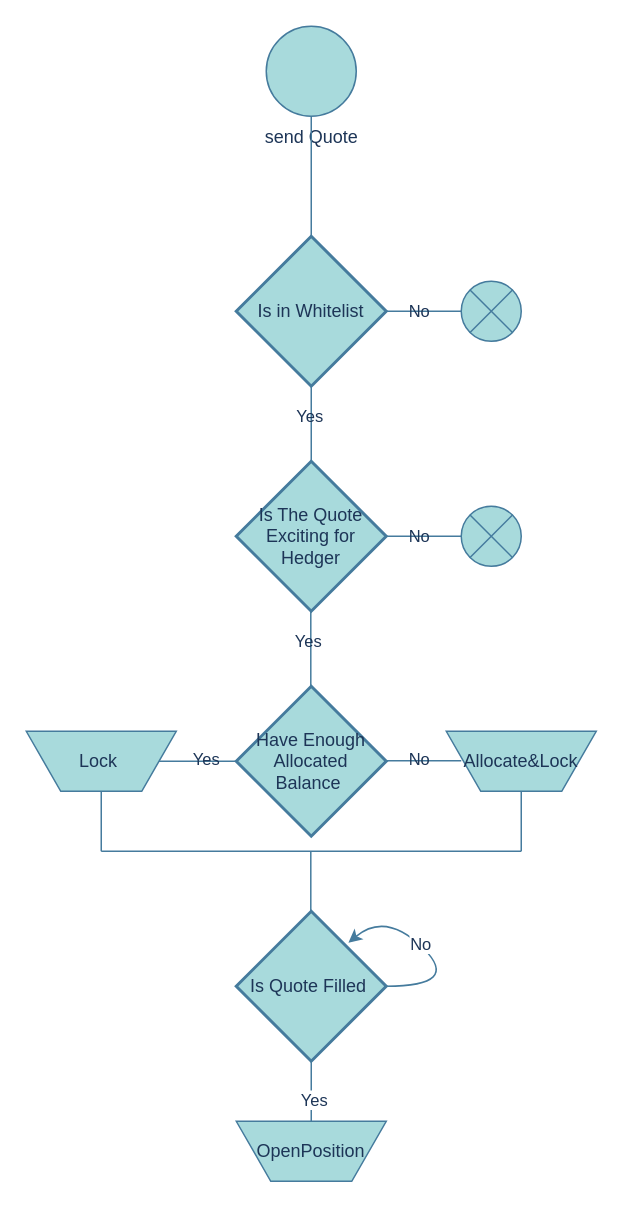
SYMM-IO/docs keeps this draw.io diagram as hedger_docs/drawio/SendQuote.drawio. Above is the earlier version. Source tidied: cells renumbered, new cells numbered last; positions are measured from the earlier drawing's top-left corner, leaving out a move shared by most shapes. Both pictures are drawn from the tidied source at 150%, with x=0, y=0 at pixel (26, 26).
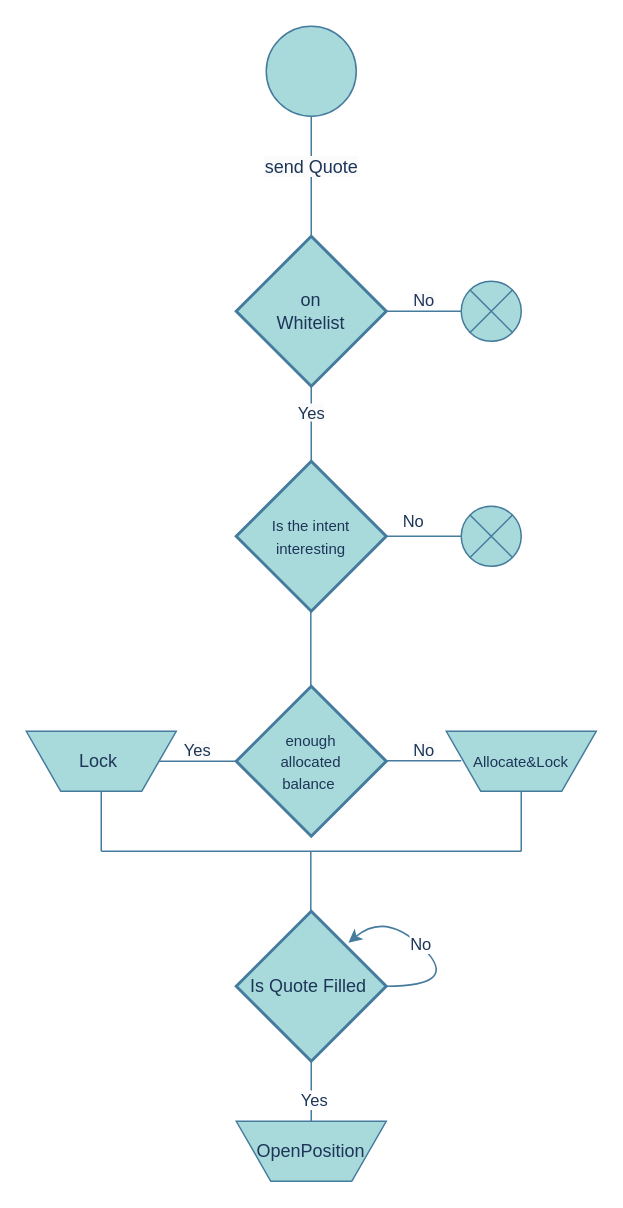
Above is the later version.

Unchanged cells that the change refers to:
```xml
<mxCell id="4" style="verticalLabelPosition=bottom;verticalAlign=top;html=1;shape=mxgraph.flowchart.or;labelBackgroundColor=none;fillColor=#A8DADC;strokeColor=#457B9D;fontColor=#1D3557;" parent="1" vertex="1">
  <mxGeometry x="290" y="170" width="40" height="40" as="geometry" />
</mxCell>
<mxCell id="12" style="endArrow=none;html=1;rounded=0;entryX=0;entryY=0.5;entryDx=0;entryDy=0;entryPerimeter=0;labelBackgroundColor=none;strokeColor=#457B9D;fontColor=default;" parent="1" edge="1" target="11">
  <mxGeometry relative="1" as="geometry">
    <mxPoint x="240" y="340" as="sourcePoint" />
  </mxGeometry>
</mxCell>
<mxCell id="14" style="endArrow=none;html=1;rounded=0;entryX=0.5;entryY=1;entryDx=0;entryDy=0;entryPerimeter=0;labelBackgroundColor=none;strokeColor=#457B9D;fontColor=default;" parent="1" edge="1">
  <mxGeometry relative="1" as="geometry">
    <mxPoint x="189.7" y="440" as="sourcePoint" />
    <mxPoint x="189.7" y="390" as="targetPoint" />
  </mxGeometry>
</mxCell>
<mxCell id="19" value="Lock&amp;nbsp;" style="verticalLabelPosition=middle;verticalAlign=middle;html=1;shape=trapezoid;perimeter=trapezoidPerimeter;whiteSpace=wrap;size=0.23;arcSize=10;flipV=1;labelPosition=center;align=center;strokeColor=#457B9D;fontColor=#1D3557;fillColor=#A8DADC;" parent="1" vertex="1">
  <mxGeometry y="470" width="100" height="40" as="geometry" />
</mxCell>
```

Change to the diagram source:
```diff
@@
-    <mxCell id="2" value="send Quote" style="verticalLabelPosition=bottom;verticalAlign=top;html=1;shape=mxgraph.flowchart.on-page_reference;labelBackgroundColor=none;fillColor=#A8DADC;strokeColor=#457B9D;fontColor=#1D3557;" parent="1" vertex="1">
+    <mxCell id="2" style="verticalLabelPosition=bottom;verticalAlign=top;html=1;shape=mxgraph.flowchart.on-page_reference;labelBackgroundColor=none;fillColor=#A8DADC;strokeColor=#457B9D;fontColor=#1D3557;" parent="1" vertex="1">
       <mxGeometry x="160" width="60" height="60" as="geometry" />
     </mxCell>
-    <mxCell id="3" value="Is in Whitelist" style="strokeWidth=2;html=1;shape=mxgraph.flowchart.decision;whiteSpace=wrap;labelBackgroundColor=none;fillColor=#A8DADC;strokeColor=#457B9D;fontColor=#1D3557;" parent="1" vertex="1">
+    <mxCell id="3" value="on &lt;br&gt;Whitelist" style="strokeWidth=2;html=1;shape=mxgraph.flowchart.decision;whiteSpace=wrap;labelBackgroundColor=none;fillColor=#A8DADC;strokeColor=#457B9D;fontColor=#1D3557;" parent="1" vertex="1">
       <mxGeometry x="140" y="140" width="100" height="100" as="geometry" />
     </mxCell>
@@
-    <mxCell id="5" style="endArrow=none;html=1;rounded=0;exitX=0.5;exitY=0;exitDx=0;exitDy=0;exitPerimeter=0;labelBackgroundColor=none;strokeColor=#457B9D;fontColor=default;" parent="1" edge="1" source="3">
+    <mxCell id="5" value="&#10;&lt;span style=&quot;color: rgb(29, 53, 87); font-family: Helvetica; font-size: 12px; font-style: normal; font-variant-ligatures: normal; font-variant-caps: normal; font-weight: 400; letter-spacing: normal; orphans: 2; text-align: center; text-indent: 0px; text-transform: none; widows: 2; word-spacing: 0px; -webkit-text-stroke-width: 0px; background-color: rgb(251, 251, 251); text-decoration-thickness: initial; text-decoration-style: initial; text-decoration-color: initial; float: none; display: inline !important;&quot;&gt;send Quote&lt;/span&gt;&#10;&#10;" style="endArrow=none;html=1;rounded=0;exitX=0.5;exitY=0;exitDx=0;exitDy=0;exitPerimeter=0;labelBackgroundColor=none;strokeColor=#457B9D;fontColor=default;" parent="1" edge="1" source="3">
       <mxGeometry relative="1" as="geometry">
         <mxPoint x="190" y="60" as="targetPoint" />
       </mxGeometry>
     </mxCell>
-    <mxCell id="6" style="endArrow=none;html=1;rounded=0;entryX=0;entryY=0.5;entryDx=0;entryDy=0;entryPerimeter=0;labelBackgroundColor=none;strokeColor=#457B9D;fontColor=default;" parent="1" edge="1" source="3" target="4">
+    <mxCell id="6" value="&#10;&lt;span style=&quot;color: rgb(29, 53, 87); font-family: Helvetica; font-size: 11px; font-style: normal; font-variant-ligatures: normal; font-variant-caps: normal; font-weight: 400; letter-spacing: normal; orphans: 2; text-align: center; text-indent: 0px; text-transform: none; widows: 2; word-spacing: 0px; -webkit-text-stroke-width: 0px; background-color: rgb(251, 251, 251); text-decoration-thickness: initial; text-decoration-style: initial; text-decoration-color: initial; float: none; display: inline !important;&quot;&gt;No&lt;/span&gt;&#10;&#10;" style="endArrow=none;html=1;rounded=0;entryX=0;entryY=0.5;entryDx=0;entryDy=0;entryPerimeter=0;labelBackgroundColor=none;strokeColor=#457B9D;fontColor=default;" parent="1" edge="1" source="3" target="4">
       <mxGeometry relative="1" as="geometry" />
     </mxCell>
-    <mxCell id="7" value="No" style="edgeLabel;html=1;align=center;verticalAlign=middle;labelBackgroundColor=none;fontColor=#1D3557;" parent="6" vertex="1">
-      <mxGeometry x="-0.18" y="1" relative="1" as="geometry" />
-    </mxCell>
-    <mxCell id="8" style="endArrow=none;html=1;rounded=0;entryX=0.5;entryY=1;entryDx=0;entryDy=0;entryPerimeter=0;labelBackgroundColor=none;strokeColor=#457B9D;fontColor=default;" parent="1" edge="1" target="3">
+    <mxCell id="8" value="&#10;&lt;span style=&quot;color: rgb(29, 53, 87); font-family: Helvetica; font-size: 11px; font-style: normal; font-variant-ligatures: normal; font-variant-caps: normal; font-weight: 400; letter-spacing: normal; orphans: 2; text-align: center; text-indent: 0px; text-transform: none; widows: 2; word-spacing: 0px; -webkit-text-stroke-width: 0px; background-color: rgb(251, 251, 251); text-decoration-thickness: initial; text-decoration-style: initial; text-decoration-color: initial; float: none; display: inline !important;&quot;&gt;Yes&lt;/span&gt;&#10;&#10;" style="endArrow=none;html=1;rounded=0;entryX=0.5;entryY=1;entryDx=0;entryDy=0;entryPerimeter=0;labelBackgroundColor=none;strokeColor=#457B9D;fontColor=default;" parent="1" edge="1" target="3">
       <mxGeometry relative="1" as="geometry">
         <mxPoint x="190" y="290" as="sourcePoint" />
       </mxGeometry>
     </mxCell>
-    <mxCell id="9" value="Yes" style="edgeLabel;html=1;align=center;verticalAlign=middle;labelBackgroundColor=none;fontColor=#1D3557;" parent="8" vertex="1">
-      <mxGeometry x="0.22" y="2" relative="1" as="geometry" />
-    </mxCell>
-    <mxCell id="10" value="Is The Quote Exciting for Hedger" style="strokeWidth=2;html=1;shape=mxgraph.flowchart.decision;whiteSpace=wrap;labelBackgroundColor=none;fillColor=#A8DADC;strokeColor=#457B9D;fontColor=#1D3557;" parent="1" vertex="1">
+    <mxCell id="10" value="&lt;font style=&quot;font-size: 10px;&quot;&gt;Is the intent&lt;br&gt;interesting&lt;br&gt;&lt;/font&gt;" style="strokeWidth=2;html=1;shape=mxgraph.flowchart.decision;whiteSpace=wrap;labelBackgroundColor=none;fillColor=#A8DADC;strokeColor=#457B9D;fontColor=#1D3557;" parent="1" vertex="1">
       <mxGeometry x="140" y="290" width="100" height="100" as="geometry" />
     </mxCell>
@@
-    <mxCell id="13" value="No" style="edgeLabel;html=1;align=center;verticalAlign=middle;labelBackgroundColor=none;fontColor=#1D3557;" parent="12" vertex="1">
-      <mxGeometry x="-0.18" y="1" relative="1" as="geometry" />
-    </mxCell>
@@
-    <mxCell id="15" value="Yes" style="edgeLabel;html=1;align=center;verticalAlign=middle;labelBackgroundColor=none;fontColor=#1D3557;" parent="14" vertex="1">
-      <mxGeometry x="0.22" y="2" relative="1" as="geometry" />
-    </mxCell>
-    <mxCell id="16" value="Have Enough Allocated Balance&amp;nbsp;" style="strokeWidth=2;html=1;shape=mxgraph.flowchart.decision;whiteSpace=wrap;fillColor=#A8DADC;strokeColor=#457B9D;labelBackgroundColor=none;fontColor=#1D3557;" parent="1" vertex="1">
+    <mxCell id="16" value="&lt;font style=&quot;font-size: 10px;&quot;&gt;enough &lt;br&gt;allocated &lt;br&gt;balance&amp;nbsp;&lt;/font&gt;" style="strokeWidth=2;html=1;shape=mxgraph.flowchart.decision;whiteSpace=wrap;fillColor=#A8DADC;strokeColor=#457B9D;labelBackgroundColor=none;fontColor=#1D3557;" parent="1" vertex="1">
       <mxGeometry x="140" y="440" width="100" height="100" as="geometry" />
     </mxCell>
-    <mxCell id="17" style="endArrow=none;html=1;rounded=0;entryX=0.5;entryY=1;entryDx=0;entryDy=0;entryPerimeter=0;labelBackgroundColor=none;strokeColor=#457B9D;fontColor=default;" parent="1" edge="1" source="19">
+    <mxCell id="17" value="&#10;&lt;span style=&quot;color: rgb(29, 53, 87); font-family: Helvetica; font-size: 11px; font-style: normal; font-variant-ligatures: normal; font-variant-caps: normal; font-weight: 400; letter-spacing: normal; orphans: 2; text-align: center; text-indent: 0px; text-transform: none; widows: 2; word-spacing: 0px; -webkit-text-stroke-width: 0px; background-color: rgb(251, 251, 251); text-decoration-thickness: initial; text-decoration-style: initial; text-decoration-color: initial; float: none; display: inline !important;&quot;&gt;Yes&lt;/span&gt;&#10;&#10;" style="endArrow=none;html=1;rounded=0;entryX=0.5;entryY=1;entryDx=0;entryDy=0;entryPerimeter=0;labelBackgroundColor=none;strokeColor=#457B9D;fontColor=default;" parent="1" edge="1" source="19">
       <mxGeometry relative="1" as="geometry">
         <mxPoint x="139.4" y="490" as="targetPoint" />
       </mxGeometry>
     </mxCell>
-    <mxCell id="18" value="Yes" style="edgeLabel;html=1;align=center;verticalAlign=middle;labelBackgroundColor=none;fontColor=#1D3557;" parent="17" vertex="1">
-      <mxGeometry x="0.22" y="2" relative="1" as="geometry" />
-    </mxCell>
@@
-    <mxCell id="20" style="endArrow=none;html=1;rounded=0;entryX=0;entryY=0.5;entryDx=0;entryDy=0;entryPerimeter=0;labelBackgroundColor=none;strokeColor=#457B9D;fontColor=default;" parent="1" edge="1">
+    <mxCell id="20" value="&#10;&lt;span style=&quot;color: rgb(29, 53, 87); font-family: Helvetica; font-size: 11px; font-style: normal; font-variant-ligatures: normal; font-variant-caps: normal; font-weight: 400; letter-spacing: normal; orphans: 2; text-align: center; text-indent: 0px; text-transform: none; widows: 2; word-spacing: 0px; -webkit-text-stroke-width: 0px; background-color: rgb(251, 251, 251); text-decoration-thickness: initial; text-decoration-style: initial; text-decoration-color: initial; float: none; display: inline !important;&quot;&gt;No&lt;/span&gt;&#10;&#10;" style="endArrow=none;html=1;rounded=0;entryX=0;entryY=0.5;entryDx=0;entryDy=0;entryPerimeter=0;labelBackgroundColor=none;strokeColor=#457B9D;fontColor=default;" parent="1" edge="1">
       <mxGeometry relative="1" as="geometry">
         <mxPoint x="240" y="489.7" as="sourcePoint" />
         <mxPoint x="290" y="489.7" as="targetPoint" />
       </mxGeometry>
     </mxCell>
-    <mxCell id="21" value="No" style="edgeLabel;html=1;align=center;verticalAlign=middle;labelBackgroundColor=none;fontColor=#1D3557;" parent="20" vertex="1">
-      <mxGeometry x="-0.18" y="1" relative="1" as="geometry" />
-    </mxCell>
-    <mxCell id="22" value="Allocate&amp;amp;Lock" style="verticalLabelPosition=middle;verticalAlign=middle;html=1;shape=trapezoid;perimeter=trapezoidPerimeter;whiteSpace=wrap;size=0.23;arcSize=10;flipV=1;labelPosition=center;align=center;strokeColor=#457B9D;fontColor=#1D3557;fillColor=#A8DADC;" parent="1" vertex="1">
+    <mxCell id="22" value="&lt;font style=&quot;font-size: 10px;&quot;&gt;Allocate&amp;amp;Lock&lt;/font&gt;" style="verticalLabelPosition=middle;verticalAlign=middle;html=1;shape=trapezoid;perimeter=trapezoidPerimeter;whiteSpace=wrap;size=0.23;arcSize=10;flipV=1;labelPosition=center;align=center;strokeColor=#457B9D;fontColor=#1D3557;fillColor=#A8DADC;" parent="1" vertex="1">
       <mxGeometry x="280" y="470" width="100" height="40" as="geometry" />
     </mxCell>
@@
+    <mxCell id="33" value="No" style="edgeLabel;html=1;align=center;verticalAlign=middle;labelBackgroundColor=none;fontColor=#1D3557;" parent="1" vertex="1">
+      <mxGeometry x="260.6" y="339" as="geometry">
+        <mxPoint x="-3" y="-10" as="offset" />
+      </mxGeometry>
+    </mxCell>
```
